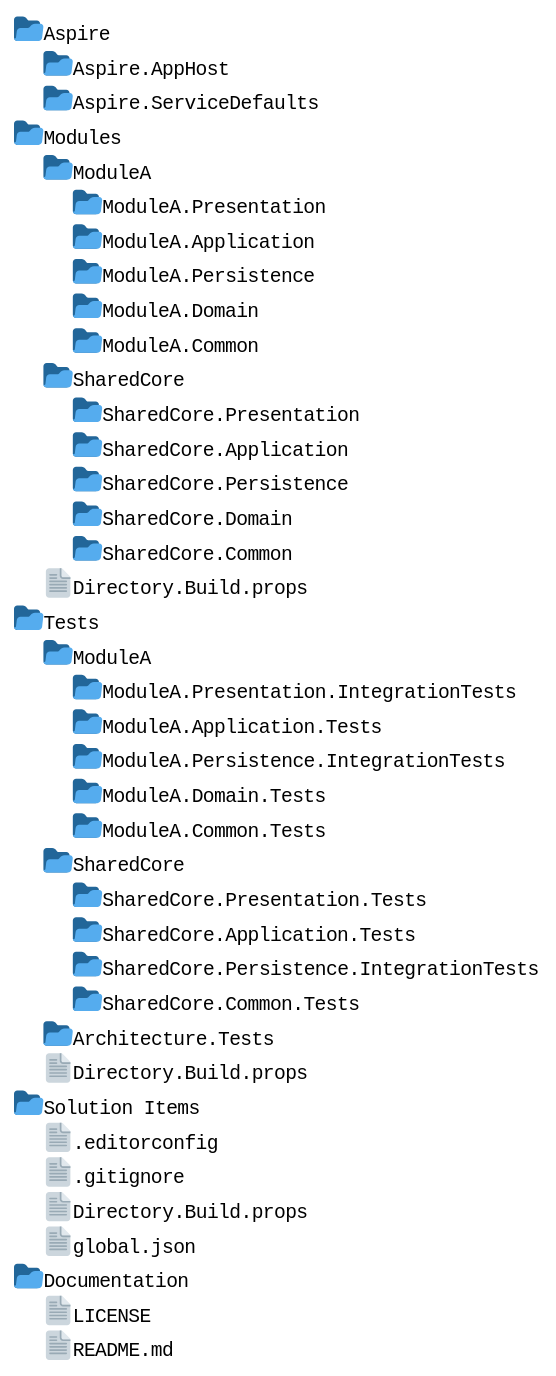
Earlier version of the PlantUML export docs/SolutionFolders.svg (p-martinho/Modular.Api.Template). Its diagram source:
```plantuml
@startfiles

/Aspire/Aspire.AppHost/
/Aspire/Aspire.ServiceDefaults/
/Modules/ModuleA/ModuleA.Presentation/
/Modules/ModuleA/ModuleA.Application/
/Modules/ModuleA/ModuleA.Persistence/
/Modules/ModuleA/ModuleA.Domain/
/Modules/ModuleA/ModuleA.Common/
/Modules/SharedCore/SharedCore.Presentation/
/Modules/SharedCore/SharedCore.Application/
/Modules/SharedCore/SharedCore.Persistence/
/Modules/SharedCore/SharedCore.Domain/
/Modules/SharedCore/SharedCore.Common/
/Modules/Directory.Build.props
/Tests/ModuleA/ModuleA.Presentation.IntegrationTests/
/Tests/ModuleA/ModuleA.Application.Tests/
/Tests/ModuleA/ModuleA.Persistence.IntegrationTests/
/Tests/ModuleA/ModuleA.Domain.Tests/
/Tests/ModuleA/ModuleA.Common.Tests/
/Tests/SharedCore/SharedCore.Presentation.Tests/
/Tests/SharedCore/SharedCore.Application.Tests/
/Tests/SharedCore/SharedCore.Persistence.IntegrationTests/
/Tests/SharedCore/SharedCore.Common.Tests/
/Tests/Architecture.Tests/
/Tests/Directory.Build.props
/Solution Items/.editorconfig
/Solution Items/.gitignore
/Solution Items/Directory.Build.props
/Solution Items/global.json
/Documentation/LICENSE
/Documentation/README.md

@endfiles
```
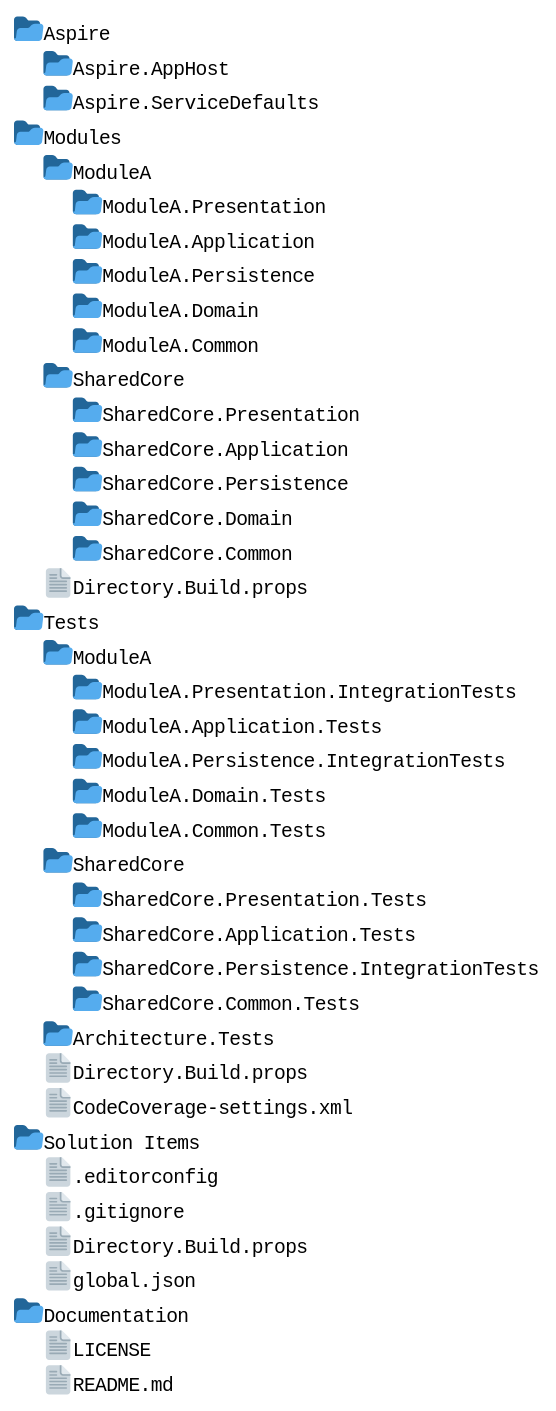
Above is the later version.

Change to the diagram source:
```diff
@@ -24,6 +24,7 @@
 /Tests/SharedCore/SharedCore.Common.Tests/
 /Tests/Architecture.Tests/
 /Tests/Directory.Build.props
+/Tests/CodeCoverage-settings.xml
 /Solution Items/.editorconfig
 /Solution Items/.gitignore
 /Solution Items/Directory.Build.props
```
